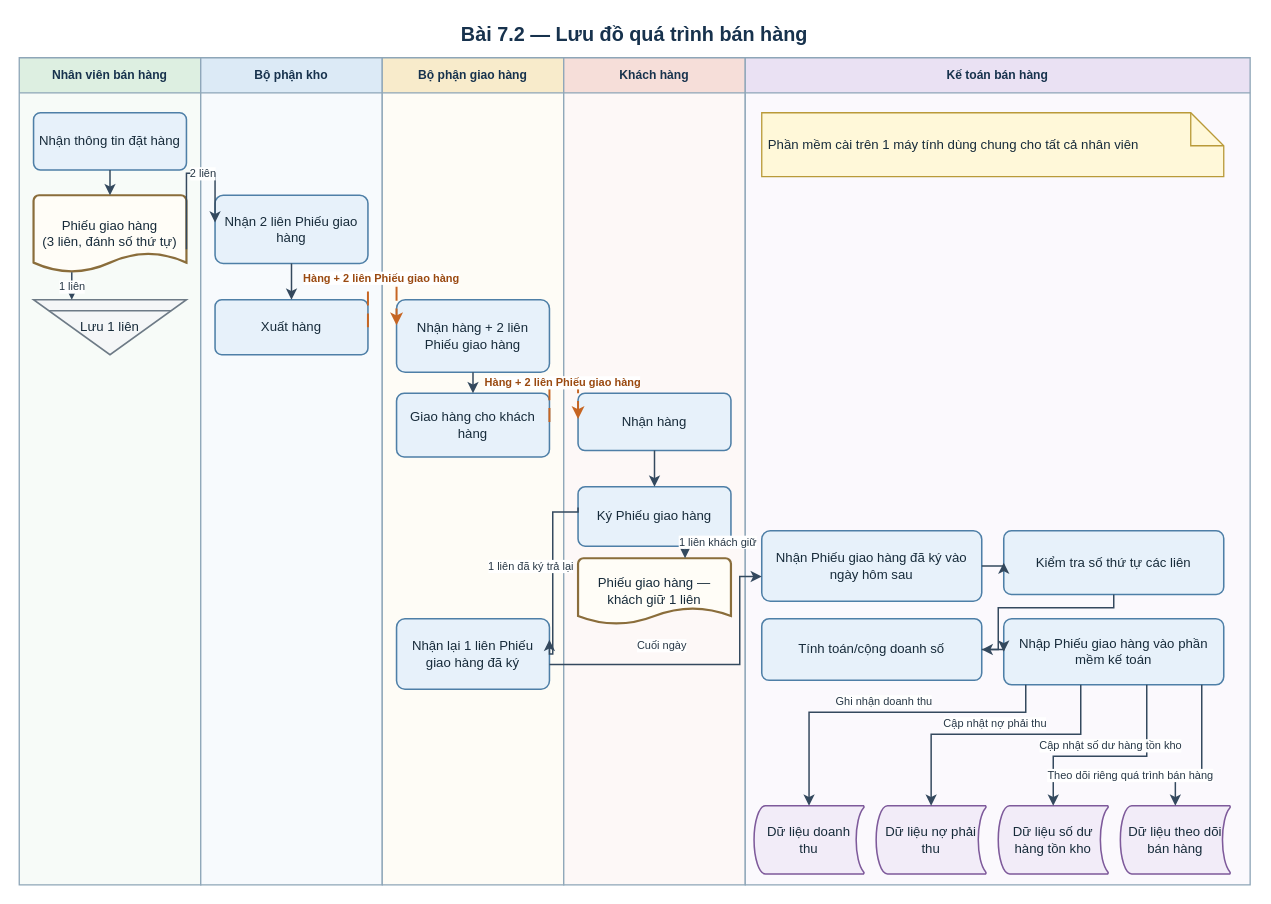
Earlier version of the draw.io diagram assets/drawio/11_sales_flow.drawio (saigonbaddielover/thtrang). Source tidied: cells renumbered, new cells numbered last; positions are measured from the earlier drawing's top-left corner, leaving out a move shared by most shapes. Both pictures are drawn from the tidied source at 110%, with x=0, y=0 at pixel (19, 19).
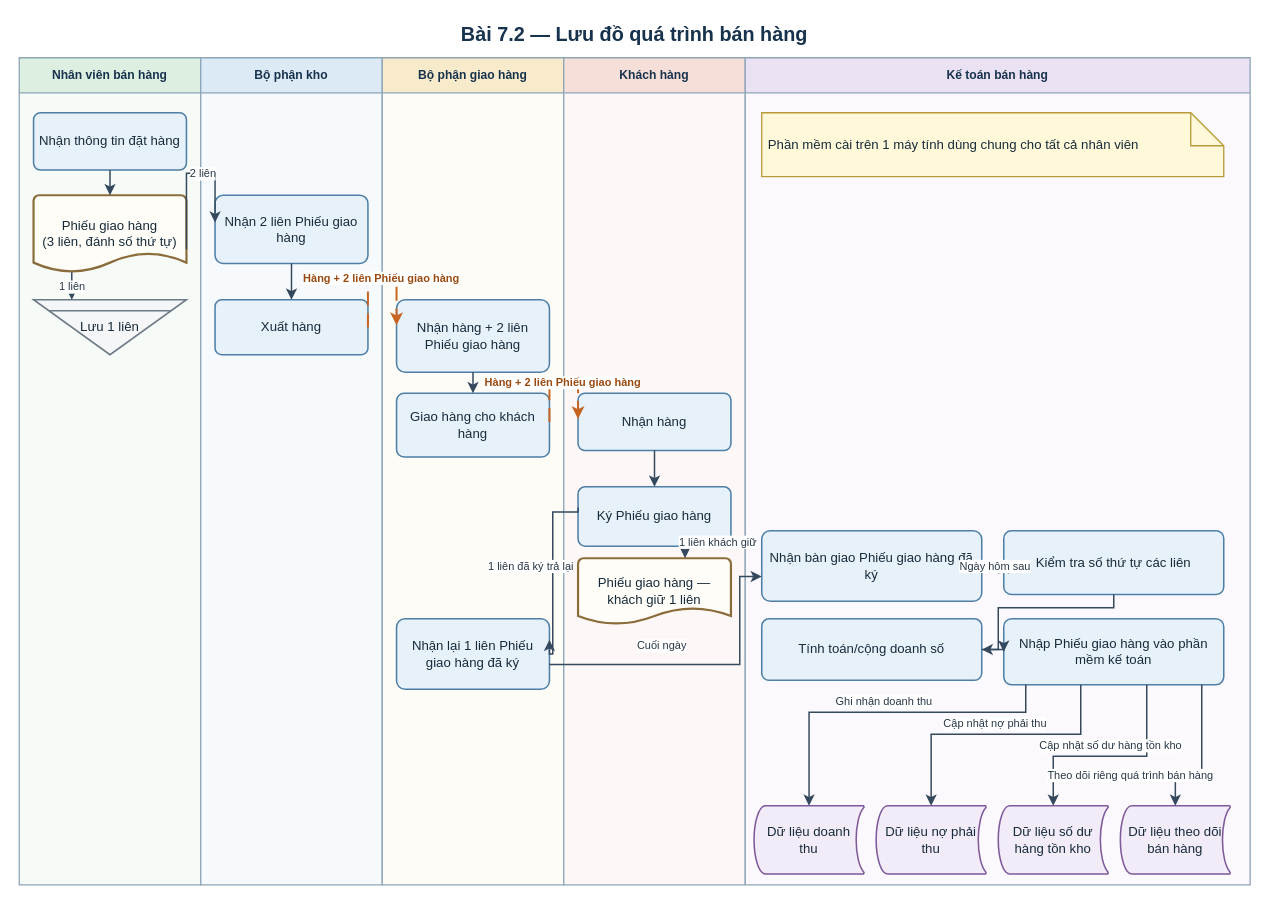
The same page after the edit.

Unchanged cells that the change refers to:
```xml
<mxCell id="7" value="Kế toán bán hàng" style="swimlane;horizontal=1;startSize=32;html=1;whiteSpace=wrap;fontFamily=Arial;fontSize=11;fontStyle=1;fontColor=#17324D;align=center;verticalAlign=middle;rounded=0;fillColor=#EAE1F3;swimlaneFillColor=#FBF9FD;strokeColor=#8EA6B8;strokeWidth=1.2;" parent="1" vertex="1">
  <mxGeometry x="660" y="35" width="459" height="752" as="geometry" />
</mxCell>
<mxCell id="20" value="Kiểm tra số thứ tự các liên" style="rounded=1;arcSize=12;html=1;whiteSpace=wrap;fontFamily=Arial;align=center;verticalAlign=middle;fontColor=#172B3A; fontSize=11;spacing=5;fillColor=#E7F1FA;strokeColor=#4E7FA7;strokeWidth=1.4;" parent="7" vertex="1">
  <mxGeometry x="235" y="430" width="200" height="58" as="geometry" />
</mxCell>
```

What changed in the source:
```diff
@@
-    <mxCell id="19" value="Nhận Phiếu giao hàng đã ký vào ngày hôm sau" style="rounded=1;arcSize=12;html=1;whiteSpace=wrap;fontFamily=Arial;align=center;verticalAlign=middle;fontColor=#172B3A; fontSize=11;spacing=5;fillColor=#E7F1FA;strokeColor=#4E7FA7;strokeWidth=1.4;" parent="7" vertex="1">
+    <mxCell id="19" value="Nhận bàn giao Phiếu giao hàng đã ký" style="rounded=1;arcSize=12;html=1;whiteSpace=wrap;fontFamily=Arial;align=center;verticalAlign=middle;fontColor=#172B3A; fontSize=11;spacing=5;fillColor=#E7F1FA;strokeColor=#4E7FA7;strokeWidth=1.4;" parent="7" vertex="1">
       <mxGeometry x="15" y="430" width="200" height="64" as="geometry" />
     </mxCell>
@@
-    <mxCell id="39" style="edgeStyle=orthogonalEdgeStyle;rounded=0;jettySize=auto;html=1;fontFamily=Arial;fontSize=10;fontColor=#273746;labelBackgroundColor=#FFFFFF;strokeColor=#34495E;strokeWidth=1.35;endArrow=classic;endFill=1;exitX=1;exitY=0.5;entryX=0;entryY=0.5;" parent="1" edge="1" source="19" target="20">
+    <mxCell id="39" value="Ngày hôm sau" style="edgeStyle=orthogonalEdgeStyle;rounded=0;jettySize=auto;html=1;fontFamily=Arial;fontSize=10;fontColor=#273746;labelBackgroundColor=#FFFFFF;strokeColor=#34495E;strokeWidth=1.35;endArrow=classic;endFill=1;exitX=1;exitY=0.5;entryX=0;entryY=0.5;" parent="1" edge="1" source="19" target="20">
       <mxGeometry relative="1" as="geometry" />
     </mxCell>
```
